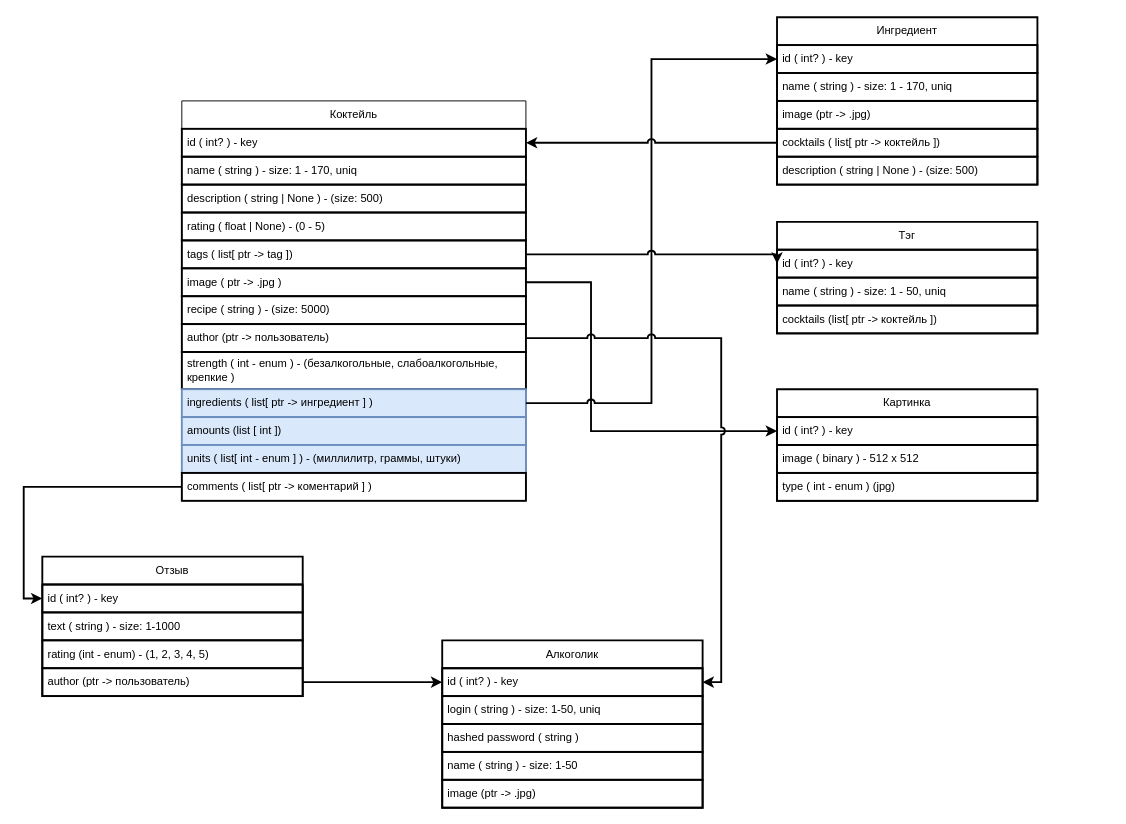
Above: DrunkDiagram.drawio in Rudovich1/DrunkMate (draw.io), before the change. Source tidied: cells renumbered, new cells numbered last; positions are measured from the earlier drawing's top-left corner, leaving out a move shared by most shapes. Both pictures are drawn from the tidied source at 93%, with x=0, y=0 at pixel (42, 17).
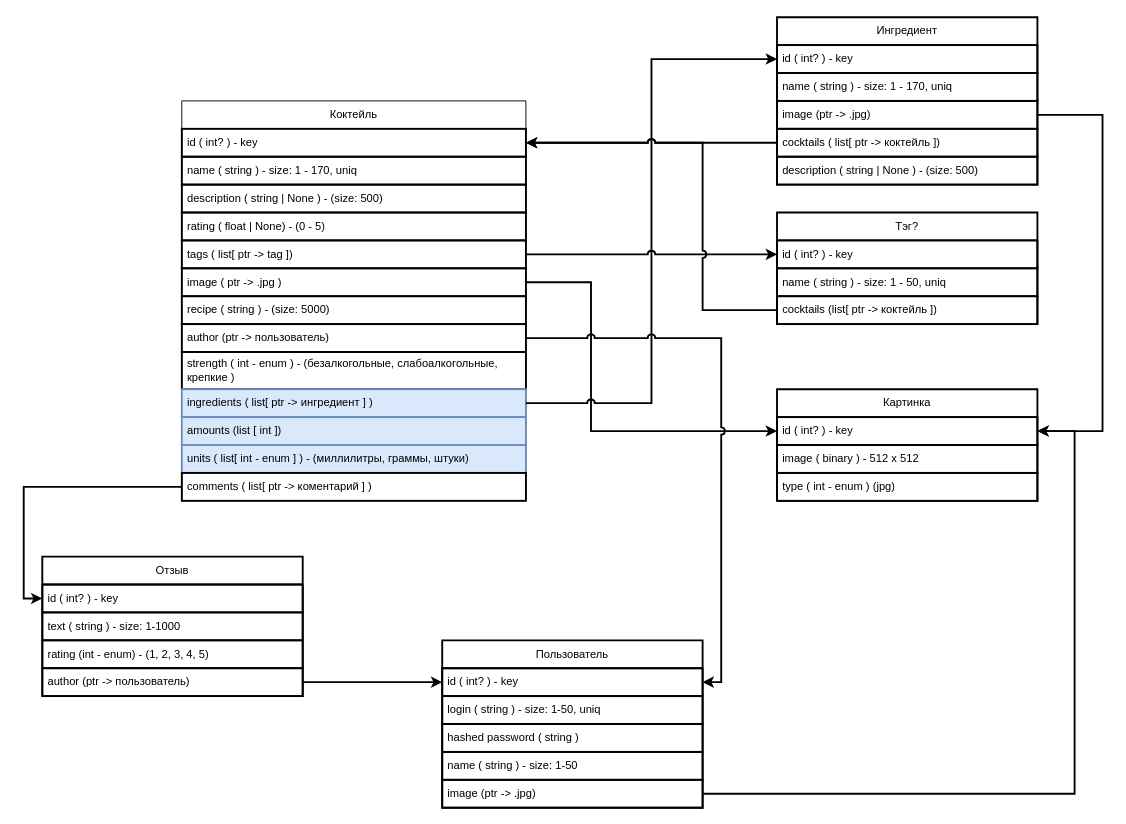
The same diagram, later.

The change refers to these unchanged cells:
```xml
<mxCell id="2" value="Коктейль" style="swimlane;fontStyle=0;horizontal=1;startSize=30;whiteSpace=wrap;html=1;" parent="1" vertex="1">
  <mxGeometry x="150" y="90" width="370" height="430" as="geometry" />
</mxCell>
<mxCell id="3" value="id ( int? ) - key" style="text;strokeColor=default;fillColor=none;align=left;verticalAlign=middle;spacingLeft=4;spacingRight=4;overflow=hidden;points=[[0,0.5],[1,0.5]];portConstraint=eastwest;whiteSpace=wrap;html=1;strokeWidth=2;" parent="2" vertex="1">
  <mxGeometry y="30" width="370" height="30" as="geometry" />
</mxCell>
<mxCell id="22" value="image (ptr -&amp;gt; .jpg)" style="text;strokeColor=default;fillColor=none;align=left;verticalAlign=middle;spacingLeft=4;spacingRight=4;overflow=hidden;points=[[0,0.5],[1,0.5]];portConstraint=eastwest;whiteSpace=wrap;html=1;strokeWidth=2;" parent="19" vertex="1">
  <mxGeometry y="90" width="280" height="30" as="geometry" />
</mxCell>
<mxCell id="29" value="cocktails (list[ ptr -&amp;gt; коктейль ])" style="text;strokeColor=default;fillColor=none;align=left;verticalAlign=middle;spacingLeft=4;spacingRight=4;overflow=hidden;points=[[0,0.5],[1,0.5]];portConstraint=eastwest;whiteSpace=wrap;html=1;strokeWidth=2;" parent="26" vertex="1">
  <mxGeometry y="90" width="280" height="30" as="geometry" />
</mxCell>
<mxCell id="41" value="image (ptr -&amp;gt; .jpg)" style="text;strokeColor=default;fillColor=none;align=left;verticalAlign=middle;spacingLeft=4;spacingRight=4;overflow=hidden;points=[[0,0.5],[1,0.5]];portConstraint=eastwest;whiteSpace=wrap;html=1;strokeWidth=2;" parent="36" vertex="1">
  <mxGeometry y="150" width="280" height="30" as="geometry" />
</mxCell>
<mxCell id="44" value="id ( int? ) - key" style="text;strokeColor=default;fillColor=none;align=left;verticalAlign=middle;spacingLeft=4;spacingRight=4;overflow=hidden;points=[[0,0.5],[1,0.5]];portConstraint=eastwest;whiteSpace=wrap;html=1;strokeWidth=2;" parent="43" vertex="1">
  <mxGeometry y="30" width="280" height="30" as="geometry" />
</mxCell>
```

Change to the diagram source:
```diff
@@
-    <mxCell id="14" value="units ( list[ int - enum ] ) - (миллилитр, граммы, штуки)" style="text;strokeColor=#6c8ebf;fillColor=#dae8fc;align=left;verticalAlign=middle;spacingLeft=4;spacingRight=4;overflow=hidden;whiteSpace=wrap;html=1;strokeWidth=2;" parent="2" vertex="1">
+    <mxCell id="14" value="units ( list[ int - enum ] ) - (миллилитры, граммы, штуки)" style="text;strokeColor=#6c8ebf;fillColor=#dae8fc;align=left;verticalAlign=middle;spacingLeft=4;spacingRight=4;overflow=hidden;whiteSpace=wrap;html=1;strokeWidth=2;" parent="2" vertex="1">
       <mxGeometry y="370" width="370" height="30" as="geometry" />
     </mxCell>
@@
-    <mxCell id="26" value="Тэг" style="swimlane;fontStyle=0;horizontal=1;startSize=30;whiteSpace=wrap;html=1;strokeColor=default;strokeWidth=2;" parent="1" vertex="1">
-      <mxGeometry x="790" y="220" width="280" height="120" as="geometry" />
+    <mxCell id="26" value="Тэг?" style="swimlane;fontStyle=0;horizontal=1;startSize=30;whiteSpace=wrap;html=1;strokeColor=default;strokeWidth=2;" parent="1" vertex="1">
+      <mxGeometry x="790" y="210" width="280" height="120" as="geometry" />
     </mxCell>
@@
-    <mxCell id="36" value="Алкоголик" style="swimlane;fontStyle=0;horizontal=1;startSize=30;whiteSpace=wrap;html=1;strokeColor=default;strokeWidth=2;" parent="1" vertex="1">
+    <mxCell id="36" value="Пользователь" style="swimlane;fontStyle=0;horizontal=1;startSize=30;whiteSpace=wrap;html=1;strokeColor=default;strokeWidth=2;" parent="1" vertex="1">
       <mxGeometry x="430" y="670" width="280" height="180" as="geometry" />
     </mxCell>
@@
+    <mxCell id="48" style="edgeStyle=orthogonalEdgeStyle;rounded=0;jettySize=auto;html=1;entryX=1;entryY=0.5;entryDx=0;entryDy=0;strokeWidth=2;jumpStyle=arc;" parent="1" edge="1" source="41" target="44">
+      <mxGeometry relative="1" as="geometry">
+        <Array as="points">
+          <mxPoint x="1110" y="835" />
+          <mxPoint x="1110" y="445" />
+        </Array>
+      </mxGeometry>
+    </mxCell>
+    <mxCell id="49" style="edgeStyle=orthogonalEdgeStyle;rounded=0;jettySize=auto;html=1;entryX=1;entryY=0.5;entryDx=0;entryDy=0;strokeWidth=2;jumpStyle=arc;" parent="1" edge="1" source="22" target="44">
+      <mxGeometry relative="1" as="geometry">
+        <Array as="points">
+          <mxPoint x="1140" y="105" />
+          <mxPoint x="1140" y="445" />
+        </Array>
+      </mxGeometry>
+    </mxCell>
+    <mxCell id="50" style="edgeStyle=orthogonalEdgeStyle;rounded=0;jumpStyle=arc;jettySize=auto;html=1;entryX=1;entryY=0.5;entryDx=0;entryDy=0;strokeWidth=2;" parent="1" edge="1" source="29" target="3">
+      <mxGeometry relative="1" as="geometry">
+        <Array as="points">
+          <mxPoint x="710" y="315" />
+          <mxPoint x="710" y="135" />
+        </Array>
+      </mxGeometry>
+    </mxCell>
```
